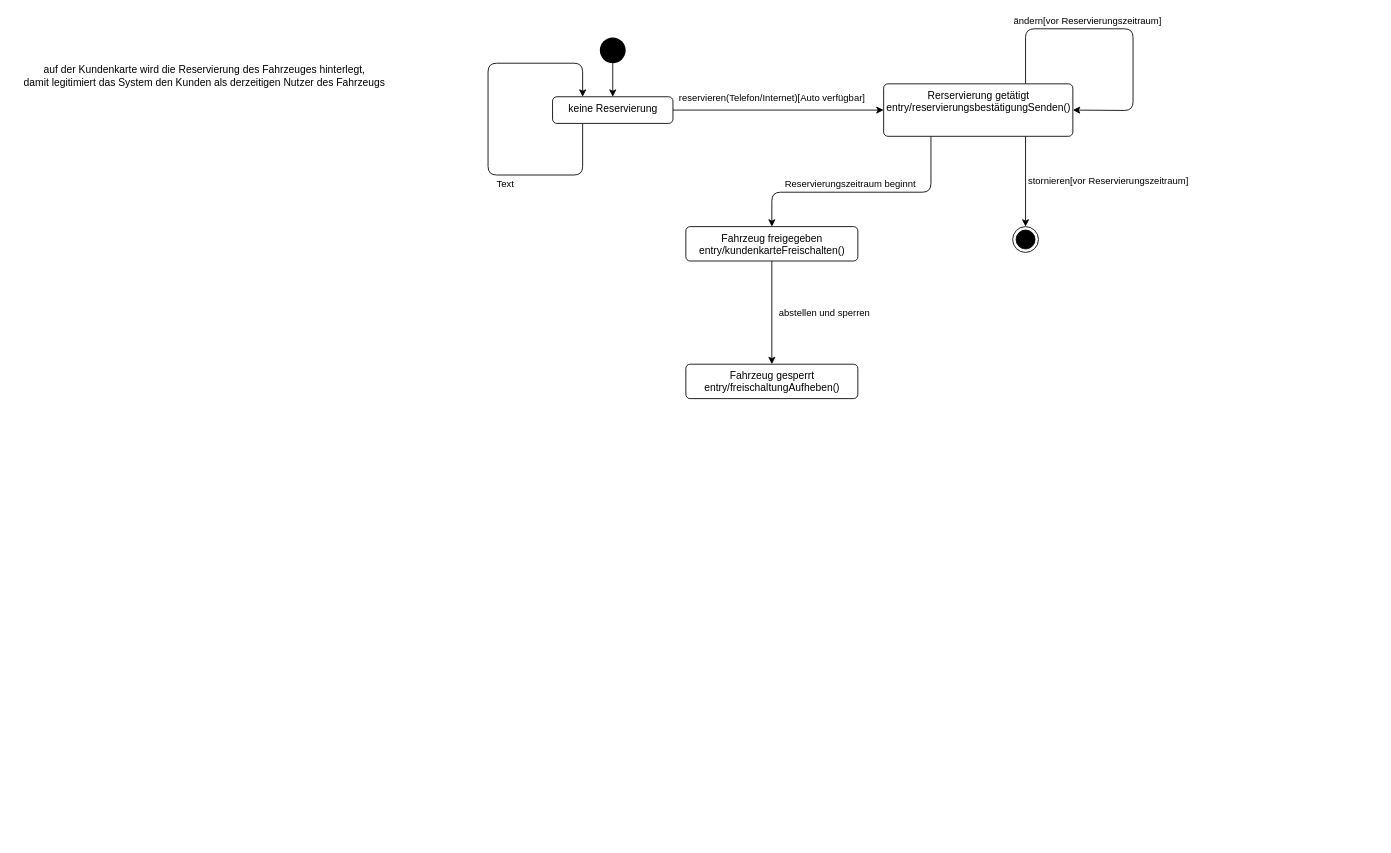
TheBlackDragon4/SWE-HS-Co-Se5 keeps this draw.io diagram as Mini-Praktikum/e-Zustandsdiagramm-Lukas.drawio. Above is the earlier version. Source tidied: cells renumbered, new cells numbered last; positions are measured from the earlier drawing's top-left corner, leaving out a move shared by most shapes. Both pictures are drawn from the tidied source at 86%, with x=0, y=0 at pixel (15, 28).
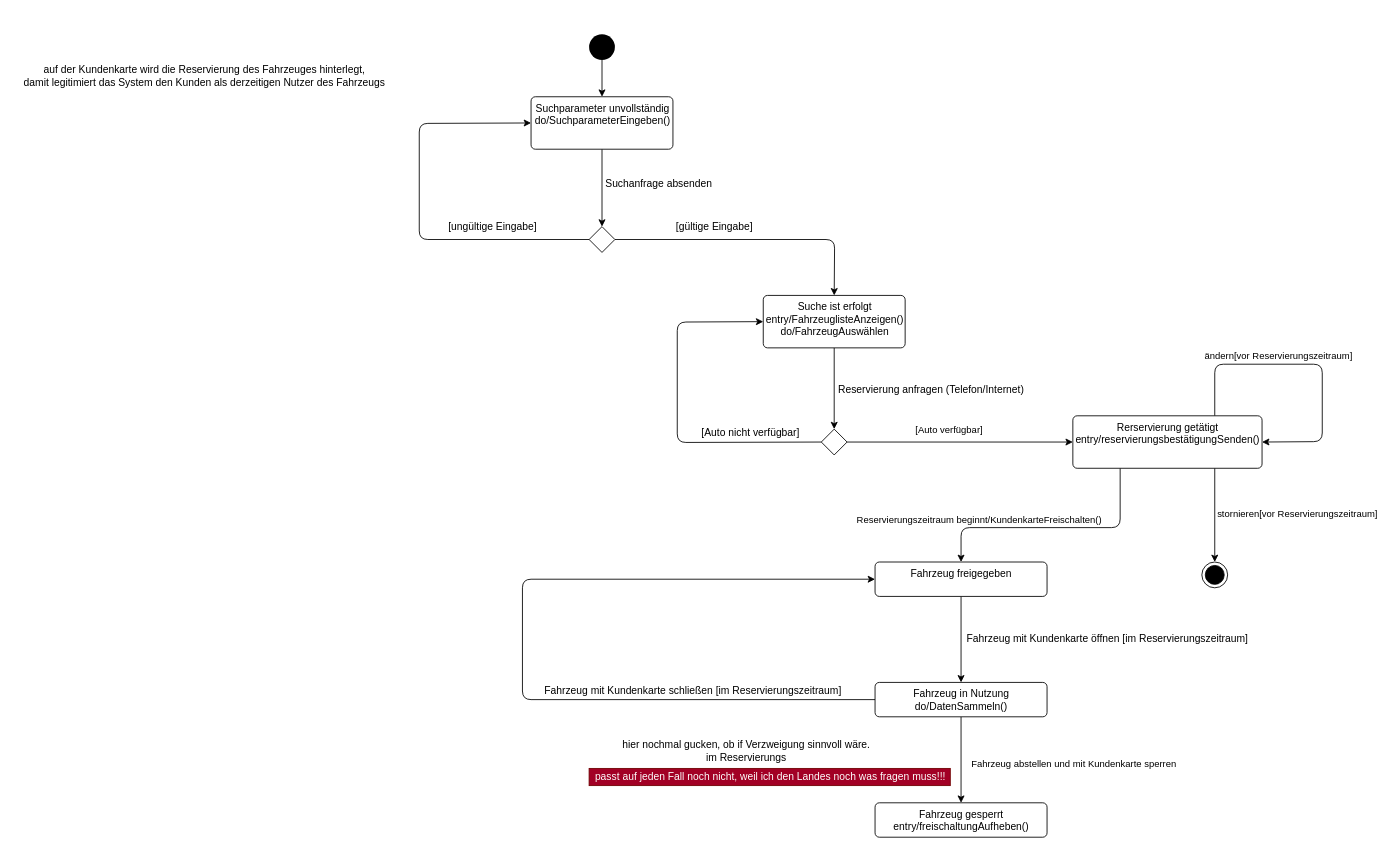
After the change.

What changed in the source:
```diff
@@
     <mxCell id="3" style="ellipse;fillColor=#000000;strokeColor=none;" parent="1" vertex="1">
-      <mxGeometry x="680" y="10" width="30" height="30" as="geometry" />
+      <mxGeometry x="667.5" y="6.2" width="30" height="30" as="geometry" />
     </mxCell>
-    <mxCell id="4" style="edgeStyle=none;html=1;exitX=1;exitY=0.5;exitDx=0;exitDy=0;entryX=0;entryY=0.5;entryDx=0;entryDy=0;" parent="1" edge="1" source="8" target="15">
+    <mxCell id="4" style="edgeStyle=none;html=1;entryX=0;entryY=0.5;entryDx=0;entryDy=0;exitX=1;exitY=0.5;exitDx=0;exitDy=0;" parent="1" edge="1" source="33" target="15">
       <mxGeometry relative="1" as="geometry" />
     </mxCell>
-    <mxCell id="5" value="reservieren(Telefon/Internet)[Auto verfügbar]" style="edgeLabel;html=1;align=center;verticalAlign=middle;" parent="4" vertex="1">
+    <mxCell id="5" value="[Auto verfügbar]" style="edgeLabel;html=1;align=center;verticalAlign=middle;" parent="4" vertex="1">
       <mxGeometry x="-0.48" y="1" relative="1" as="geometry">
         <mxPoint x="50" y="-13" as="offset" />
       </mxGeometry>
     </mxCell>
-    <mxCell id="6" style="edgeStyle=none;html=1;exitX=0.25;exitY=1;exitDx=0;exitDy=0;entryX=0.25;entryY=0;entryDx=0;entryDy=0;" parent="1" edge="1" source="8" target="8">
-      <mxGeometry relative="1" as="geometry">
-        <Array as="points">
-          <mxPoint x="660" y="170" />
-          <mxPoint x="550" y="170" />
-          <mxPoint x="550" y="40" />
-          <mxPoint x="660" y="40" />
-        </Array>
-      </mxGeometry>
-    </mxCell>
-    <mxCell id="7" value="Text" style="edgeLabel;html=1;align=center;verticalAlign=middle;" parent="6" vertex="1">
-      <mxGeometry x="-0.38" relative="1" as="geometry">
-        <mxPoint x="-12" y="10" as="offset" />
-      </mxGeometry>
-    </mxCell>
+    <mxCell id="22" style="edgeStyle=none;html=1;exitX=0.5;exitY=1;exitDx=0;exitDy=0;entryX=0.5;entryY=0;entryDx=0;entryDy=0;" parent="1" edge="1" source="8" target="26">
+      <mxGeometry relative="1" as="geometry" />
+    </mxCell>
-    <mxCell id="8" value="keine Reservierung" style="html=1;align=center;verticalAlign=top;rounded=1;absoluteArcSize=1;arcSize=10;dashed=0;" parent="1" vertex="1">
-      <mxGeometry x="625" y="79" width="140" height="31" as="geometry" />
+    <mxCell id="8" value="Suchparameter unvollständig&lt;br&gt;do/SuchparameterEingeben()" style="html=1;align=center;verticalAlign=top;rounded=1;absoluteArcSize=1;arcSize=10;dashed=0;" parent="1" vertex="1">
+      <mxGeometry x="600" y="79" width="165" height="61" as="geometry" />
     </mxCell>
     <mxCell id="9" style="edgeStyle=none;html=1;exitX=0.75;exitY=0;exitDx=0;exitDy=0;entryX=1;entryY=0.5;entryDx=0;entryDy=0;" parent="1" edge="1" source="15" target="15">
       <mxGeometry relative="1" as="geometry">
         <Array as="points">
-          <mxPoint x="1175" />
-          <mxPoint x="1300" />
-          <mxPoint x="1300" y="95" />
+          <mxPoint x="1395" y="390" />
+          <mxPoint x="1520" y="390" />
+          <mxPoint x="1520" y="480" />
         </Array>
       </mxGeometry>
     </mxCell>
@@
     <mxCell id="13" style="edgeStyle=none;html=1;exitX=0.25;exitY=1;exitDx=0;exitDy=0;entryX=0.5;entryY=0;entryDx=0;entryDy=0;" parent="1" edge="1" source="15" target="20">
       <mxGeometry relative="1" as="geometry">
         <Array as="points">
-          <mxPoint x="1065" y="190" />
-          <mxPoint x="880" y="190" />
+          <mxPoint x="1285" y="580" />
+          <mxPoint x="1100" y="580" />
         </Array>
       </mxGeometry>
     </mxCell>
-    <mxCell id="14" value="Reservierungszeitraum beginnt" style="edgeLabel;html=1;align=center;verticalAlign=middle;" parent="13" vertex="1">
+    <mxCell id="14" value="Reservierungszeitraum beginnt/KundenkarteFreischalten()" style="edgeLabel;html=1;align=center;verticalAlign=middle;" parent="13" vertex="1">
       <mxGeometry x="-0.03" relative="1" as="geometry">
-        <mxPoint x="-19" y="-10" as="offset" />
+        <mxPoint x="-91" y="-10" as="offset" />
       </mxGeometry>
     </mxCell>
     <mxCell id="15" value="Rerservierung getätigt&lt;br&gt;entry/reservierungsbestätigungSenden()" style="html=1;align=center;verticalAlign=top;rounded=1;absoluteArcSize=1;arcSize=10;dashed=0;" parent="1" vertex="1">
-      <mxGeometry x="1010" y="64" width="220" height="61" as="geometry" />
+      <mxGeometry x="1230" y="450" width="220" height="61" as="geometry" />
     </mxCell>
     <mxCell id="16" style="ellipse;html=1;shape=endState;fillColor=#000000;strokeColor=#000000;" parent="1" vertex="1">
-      <mxGeometry x="1160" y="230" width="30" height="30" as="geometry" />
+      <mxGeometry x="1380" y="620" width="30" height="30" as="geometry" />
     </mxCell>
@@
-    <mxCell id="18" style="edgeStyle=none;html=1;exitX=0.5;exitY=1;exitDx=0;exitDy=0;entryX=0.5;entryY=0;entryDx=0;entryDy=0;" parent="1" edge="1" source="20" target="21">
+    <mxCell id="18" style="edgeStyle=none;html=1;entryX=0.5;entryY=0;entryDx=0;entryDy=0;exitX=0.5;exitY=1;exitDx=0;exitDy=0;" parent="1" edge="1" source="37" target="21">
       <mxGeometry relative="1" as="geometry" />
     </mxCell>
-    <mxCell id="19" value="abstellen und sperren" style="edgeLabel;html=1;align=center;verticalAlign=middle;" parent="18" vertex="1">
+    <mxCell id="19" value="Fahrzeug abstellen und mit Kundenkarte sperren" style="edgeLabel;html=1;align=center;verticalAlign=middle;" parent="18" vertex="1">
       <mxGeometry x="-0.31" y="1" relative="1" as="geometry">
-        <mxPoint x="59" y="19" as="offset" />
+        <mxPoint x="129" y="19" as="offset" />
       </mxGeometry>
     </mxCell>
+    <mxCell id="23" style="edgeStyle=none;html=1;exitX=0.5;exitY=1;exitDx=0;exitDy=0;entryX=0.5;entryY=0;entryDx=0;entryDy=0;" parent="1" edge="1" source="20" target="37">
+      <mxGeometry relative="1" as="geometry" />
+    </mxCell>
-    <mxCell id="20" value="Fahrzeug freigegeben&lt;br&gt;entry/kundenkarteFreischalten()" style="html=1;align=center;verticalAlign=top;rounded=1;absoluteArcSize=1;arcSize=10;dashed=0;" parent="1" vertex="1">
-      <mxGeometry x="780" y="230" width="200" height="40" as="geometry" />
+    <mxCell id="20" value="Fahrzeug freigegeben&lt;br&gt;" style="html=1;align=center;verticalAlign=top;rounded=1;absoluteArcSize=1;arcSize=10;dashed=0;" parent="1" vertex="1">
+      <mxGeometry x="1000" y="620" width="200" height="40" as="geometry" />
     </mxCell>
     <mxCell id="21" value="Fahrzeug gesperrt&lt;br&gt;entry/freischaltungAufheben()" style="html=1;align=center;verticalAlign=top;rounded=1;absoluteArcSize=1;arcSize=10;dashed=0;" parent="1" vertex="1">
-      <mxGeometry x="780" y="390" width="200" height="40" as="geometry" />
+      <mxGeometry x="1000" y="900" width="200" height="40" as="geometry" />
     </mxCell>
+    <mxCell id="24" style="edgeStyle=none;html=1;exitX=0;exitY=0.5;exitDx=0;exitDy=0;entryX=0;entryY=0.5;entryDx=0;entryDy=0;" parent="1" edge="1" source="26" target="8">
+      <mxGeometry relative="1" as="geometry">
+        <Array as="points">
+          <mxPoint x="470" y="245" />
+          <mxPoint x="470" y="110" />
+        </Array>
+      </mxGeometry>
+    </mxCell>
+    <mxCell id="25" style="edgeStyle=none;html=1;exitX=1;exitY=0.5;exitDx=0;exitDy=0;entryX=0.5;entryY=0;entryDx=0;entryDy=0;" parent="1" edge="1" source="26" target="29">
+      <mxGeometry relative="1" as="geometry">
+        <Array as="points">
+          <mxPoint x="953" y="245" />
+        </Array>
+      </mxGeometry>
+    </mxCell>
+    <mxCell id="26" style="rhombus;direction=east;" parent="1" vertex="1">
+      <mxGeometry x="667.5" y="230" width="30" height="30" as="geometry" />
+    </mxCell>
+    <mxCell id="27" value="[ungültige Eingabe]" style="text;html=1;align=center;verticalAlign=middle;strokeColor=none;fillColor=none;" parent="1" vertex="1">
+      <mxGeometry x="495" y="220" width="120" height="20" as="geometry" />
+    </mxCell>
+    <mxCell id="28" style="edgeStyle=none;html=1;exitX=0.5;exitY=1;exitDx=0;exitDy=0;entryX=0.5;entryY=0;entryDx=0;entryDy=0;" parent="1" edge="1" source="29" target="33">
+      <mxGeometry relative="1" as="geometry" />
+    </mxCell>
+    <mxCell id="29" value="Suche ist erfolgt&lt;br&gt;entry/FahrzeuglisteAnzeigen()&lt;br&gt;do/FahrzeugAuswählen" style="html=1;align=center;verticalAlign=top;rounded=1;absoluteArcSize=1;arcSize=10;dashed=0;" parent="1" vertex="1">
+      <mxGeometry x="870" y="310" width="165" height="61" as="geometry" />
+    </mxCell>
+    <mxCell id="30" value="[gültige Eingabe]" style="text;html=1;align=center;verticalAlign=middle;strokeColor=none;fillColor=none;" parent="1" vertex="1">
+      <mxGeometry x="762.5" y="220" width="100" height="20" as="geometry" />
+    </mxCell>
+    <mxCell id="31" value="Suchanfrage absenden&amp;nbsp;" style="text;html=1;align=center;verticalAlign=middle;strokeColor=none;fillColor=none;" parent="1" vertex="1">
+      <mxGeometry x="680" y="170" width="140" height="20" as="geometry" />
+    </mxCell>
+    <mxCell id="32" style="edgeStyle=none;html=1;exitX=0;exitY=0.5;exitDx=0;exitDy=0;entryX=0;entryY=0.5;entryDx=0;entryDy=0;" parent="1" edge="1" source="33" target="29">
+      <mxGeometry relative="1" as="geometry">
+        <Array as="points">
+          <mxPoint x="770" y="481" />
+          <mxPoint x="770" y="341" />
+        </Array>
+      </mxGeometry>
+    </mxCell>
+    <mxCell id="33" style="rhombus;direction=east;" parent="1" vertex="1">
+      <mxGeometry x="937.5" y="465.5" width="30" height="30" as="geometry" />
+    </mxCell>
+    <mxCell id="34" value="Reservierung anfragen (Telefon/Internet)" style="text;html=1;align=center;verticalAlign=middle;strokeColor=none;fillColor=none;" parent="1" vertex="1">
+      <mxGeometry x="950" y="410" width="230" height="20" as="geometry" />
+    </mxCell>
+    <mxCell id="35" value="[Auto nicht verfügbar]" style="text;html=1;align=center;verticalAlign=middle;strokeColor=none;fillColor=none;" parent="1" vertex="1">
+      <mxGeometry x="790" y="460" width="130" height="20" as="geometry" />
+    </mxCell>
+    <mxCell id="36" style="edgeStyle=none;html=1;exitX=0;exitY=0.5;exitDx=0;exitDy=0;entryX=0;entryY=0.5;entryDx=0;entryDy=0;" parent="1" edge="1" source="37" target="20">
+      <mxGeometry relative="1" as="geometry">
+        <Array as="points">
+          <mxPoint x="590" y="780" />
+          <mxPoint x="590" y="640" />
+        </Array>
+      </mxGeometry>
+    </mxCell>
+    <mxCell id="37" value="Fahrzeug in Nutzung&lt;br&gt;do/DatenSammeln()" style="html=1;align=center;verticalAlign=top;rounded=1;absoluteArcSize=1;arcSize=10;dashed=0;" parent="1" vertex="1">
+      <mxGeometry x="1000" y="760" width="200" height="40" as="geometry" />
+    </mxCell>
+    <mxCell id="38" value="Fahrzeug mit Kundenkarte öffnen [im Reservierungszeitraum]" style="text;html=1;align=center;verticalAlign=middle;strokeColor=none;fillColor=none;" parent="1" vertex="1">
+      <mxGeometry x="1100" y="700" width="340" height="20" as="geometry" />
+    </mxCell>
+    <mxCell id="39" value="Fahrzeug mit Kundenkarte schließen [im Reservierungszeitraum]" style="text;html=1;align=center;verticalAlign=middle;strokeColor=none;fillColor=none;" parent="1" vertex="1">
+      <mxGeometry x="607.5" y="760" width="360" height="20" as="geometry" />
+    </mxCell>
+    <mxCell id="40" value="hier nochmal gucken, ob if Verzweigung sinnvoll wäre.&lt;br&gt;im Reservierungs" style="text;html=1;align=center;verticalAlign=middle;strokeColor=none;fillColor=none;" parent="1" vertex="1">
+      <mxGeometry x="700" y="825" width="300" height="30" as="geometry" />
+    </mxCell>
+    <mxCell id="41" value="passt auf jeden Fall noch nicht, weil ich den Landes noch was fragen muss!!!" style="text;html=1;align=center;verticalAlign=middle;strokeColor=#6F0000;fillColor=#a20025;fontColor=#ffffff;" parent="1" vertex="1">
+      <mxGeometry x="667.5" y="860" width="420" height="20" as="geometry" />
+    </mxCell>
```
